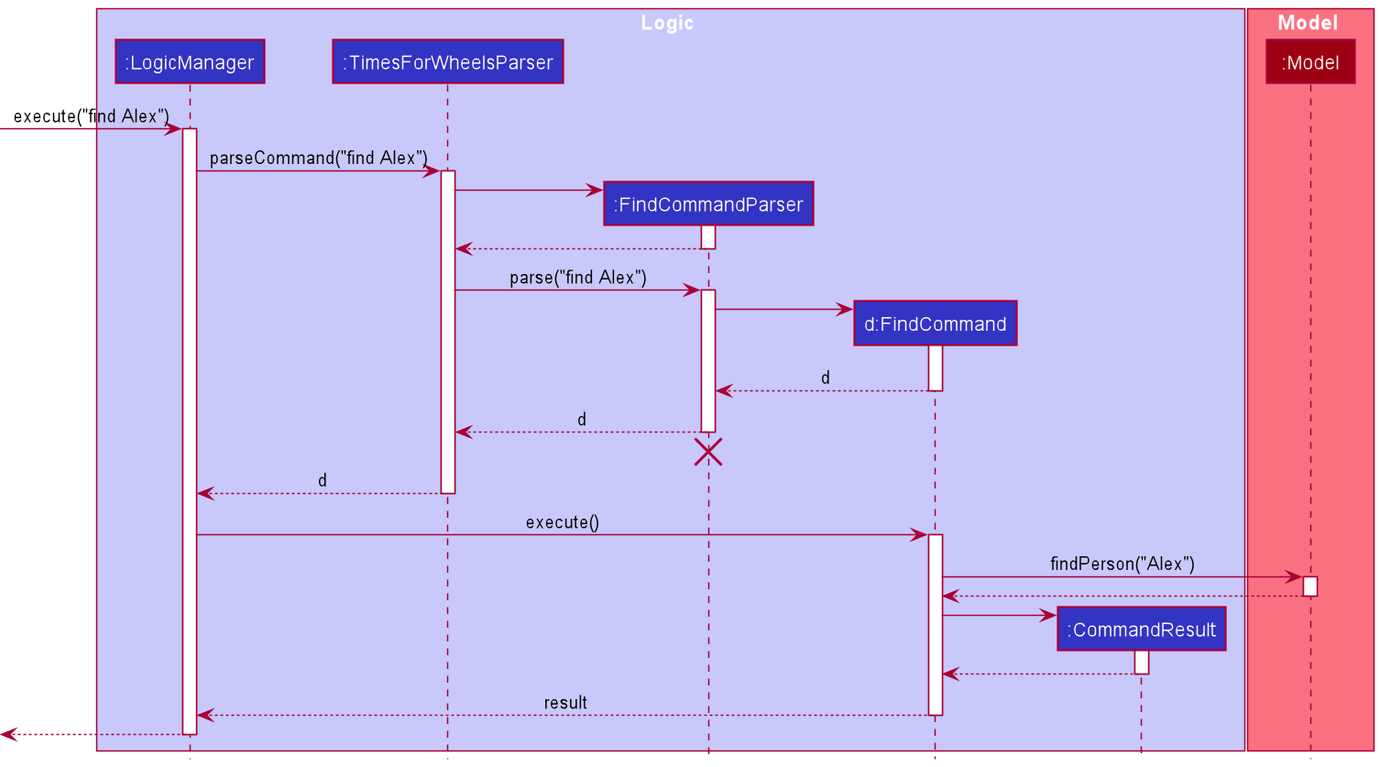
This is docs/images/FindCommandLogicSequenceDiagram.png from nus-cs2103-AY2021S2/tp, a PlantUML export, as it was before one commit.
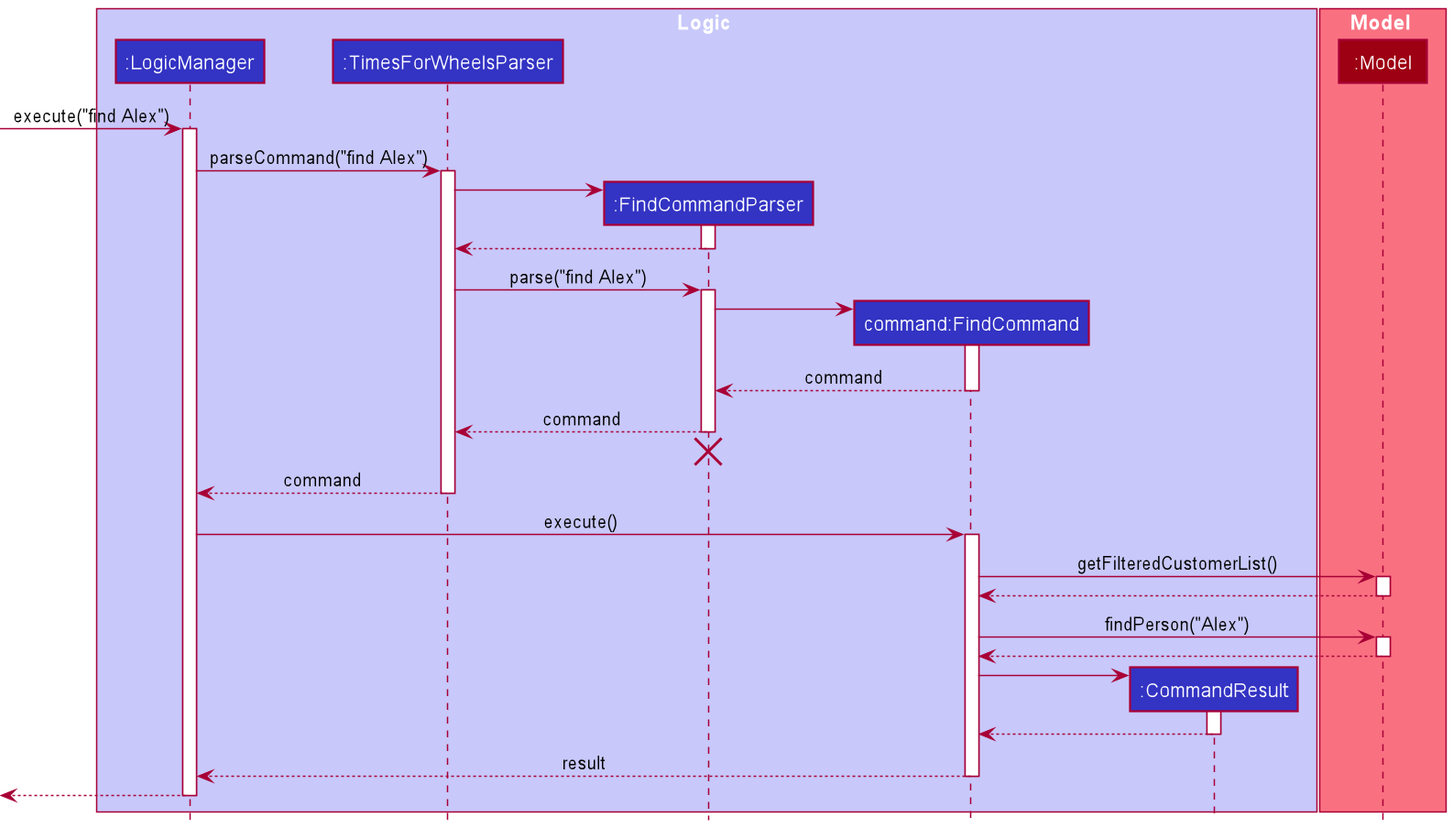
After the commit.

Commit message:
Update UML diagram

Diff of the diagram source:
```diff
@@ -5,7 +5,7 @@
 participant ":LogicManager" as LogicManager LOGIC_COLOR
 participant ":TimesForWheelsParser" as TimesForWheelsParser LOGIC_COLOR
 participant ":FindCommandParser" as FindCommandParser LOGIC_COLOR
-participant "d:FindCommand" as FindCommand LOGIC_COLOR
+participant "command:FindCommand" as FindCommand LOGIC_COLOR
 participant ":CommandResult" as CommandResult LOGIC_COLOR
 end box
 
@@ -33,19 +33,25 @@
 FindCommandParser -> FindCommand
 activate FindCommand
 
-FindCommand --> FindCommandParser : d
+FindCommand --> FindCommandParser : command
 deactivate FindCommand
 
-FindCommandParser --> TimesForWheelsParser : d
+FindCommandParser --> TimesForWheelsParser : command
 deactivate FindCommandParser
 FindCommandParser -[hidden]-> TimesForWheelsParser
 destroy FindCommandParser
 
-TimesForWheelsParser --> LogicManager : d
+TimesForWheelsParser --> LogicManager : command
 deactivate TimesForWheelsParser
 
 LogicManager -> FindCommand : execute()
 activate FindCommand
+
+FindCommand -> Model : getFilteredCustomerList()
+activate Model
+
+Model --> FindCommand
+deactivate Model
 
 FindCommand -> Model : findPerson("Alex")
 activate Model
```
